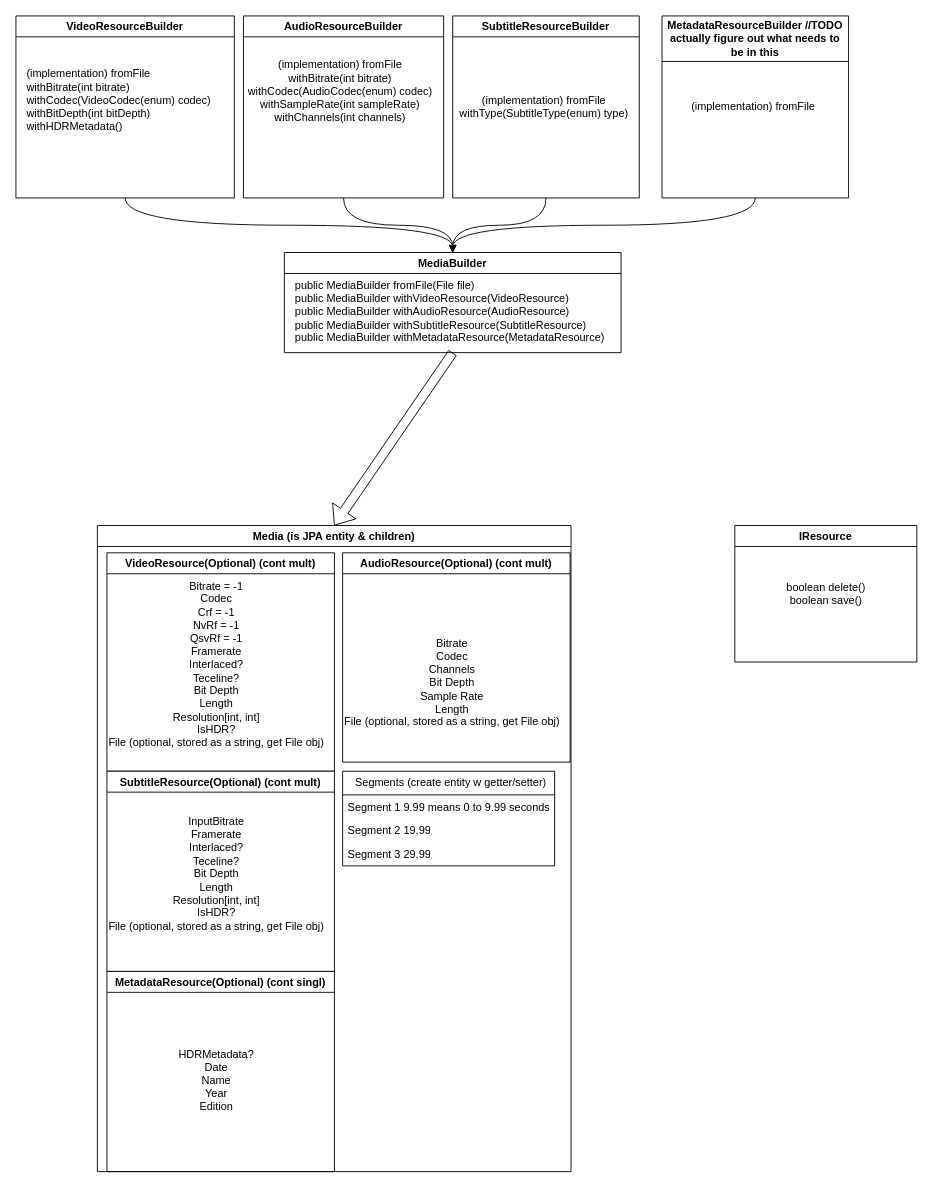
Before: docs/JPA_Object_Refactor.drawio in RandomPerson495721/jellyfin-library-manager, a draw.io diagram. Source tidied: cells renumbered, new cells numbered last; positions are measured from the earlier drawing's top-left corner, leaving out a move shared by most shapes. Both pictures are drawn from the tidied source at 91%, with x=0, y=0 at pixel (15, 15).
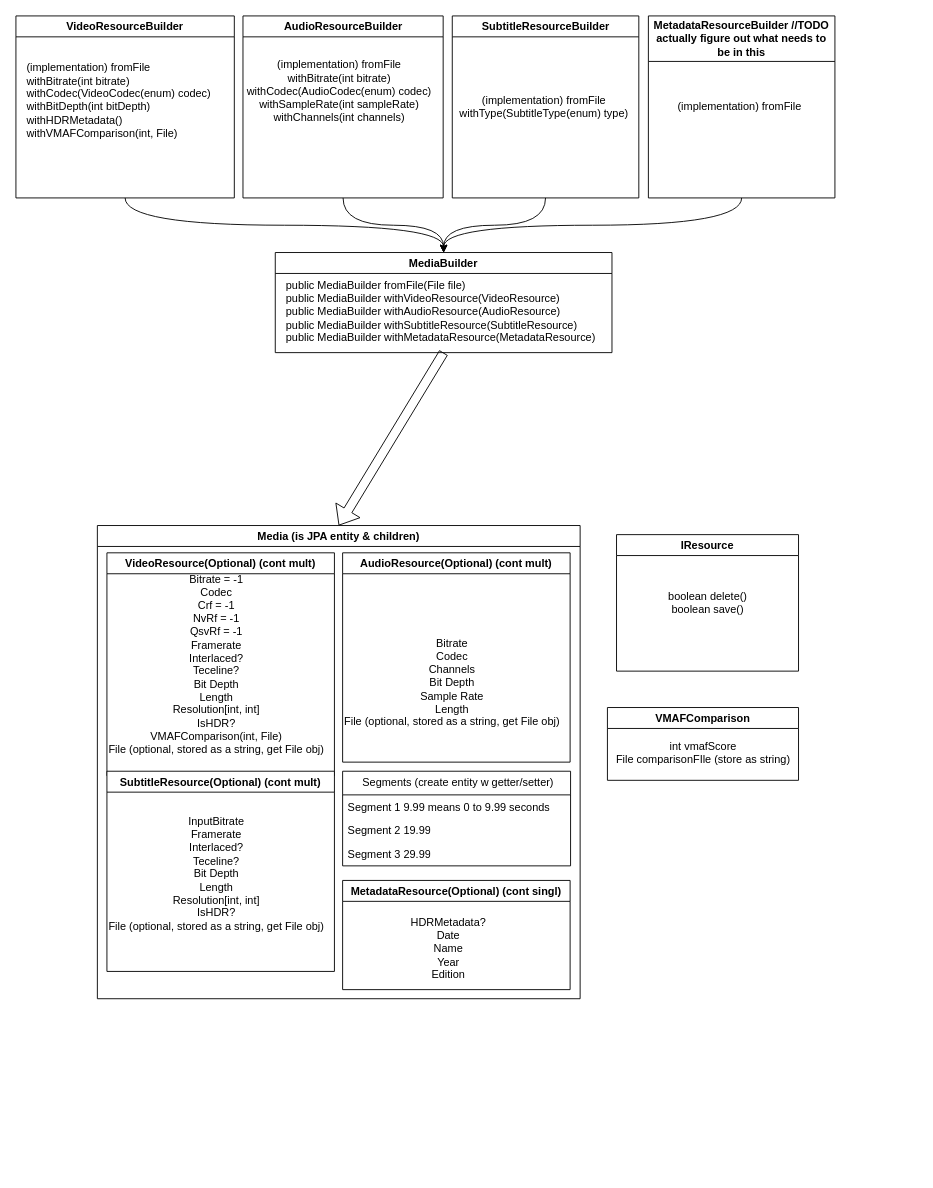
After the change.

The change refers to these unchanged cells:
```xml
<mxCell id="18" value="VideoResourceBuilder" style="swimlane;whiteSpace=wrap;html=1;" parent="1" vertex="1">
  <mxGeometry width="240" height="200" as="geometry" />
</mxCell>
```

What changed in the source:
```diff
@@
     <mxCell id="2" value="Media (is JPA entity &amp; children)" style="swimlane;perimeterSpacing=0;rounded=0;" parent="1" vertex="1">
-      <mxGeometry x="89.5" y="560" width="520.5" height="710" as="geometry" />
+      <mxGeometry x="89.5" y="560" width="530.5" height="520" as="geometry" />
     </mxCell>
     <mxCell id="3" value="VideoResource(Optional) (cont mult)" style="swimlane;" parent="2" vertex="1">
-      <mxGeometry x="10.5" y="30" width="250" height="240" as="geometry" />
+      <mxGeometry x="10.5" y="30" width="250" height="245" as="geometry" />
     </mxCell>
-    <mxCell id="4" value="&lt;div&gt;Bitrate = -1&lt;br&gt;&lt;/div&gt;&lt;div&gt;Codec&lt;/div&gt;&lt;div&gt;Crf = -1&lt;/div&gt;&lt;div&gt;NvRf = -1&lt;/div&gt;&lt;div&gt;QsvRf = -1&lt;br&gt;&lt;/div&gt;&lt;div&gt;Framerate&lt;/div&gt;&lt;div&gt;Interlaced?&lt;/div&gt;&lt;div&gt;Teceline?&lt;/div&gt;&lt;div&gt;Bit Depth&lt;/div&gt;&lt;div&gt;Length&lt;/div&gt;&lt;div&gt;Resolution[int, int]&lt;/div&gt;&lt;div&gt;IsHDR?&lt;/div&gt;&lt;div&gt;File (optional, stored as a string, get File obj)&lt;br&gt;&lt;/div&gt;&lt;div&gt;&lt;br&gt;&lt;/div&gt;" style="text;html=1;align=center;verticalAlign=middle;strokeColor=none;fillColor=none;" parent="3" vertex="1">
-      <mxGeometry x="-10" y="20" width="260" height="220" as="geometry" />
+    <mxCell id="4" value="&lt;div&gt;Bitrate = -1&lt;br&gt;&lt;/div&gt;&lt;div&gt;Codec&lt;/div&gt;&lt;div&gt;Crf = -1&lt;/div&gt;&lt;div&gt;NvRf = -1&lt;/div&gt;&lt;div&gt;QsvRf = -1&lt;br&gt;&lt;/div&gt;&lt;div&gt;Framerate&lt;/div&gt;&lt;div&gt;Interlaced?&lt;/div&gt;&lt;div&gt;Teceline?&lt;/div&gt;&lt;div&gt;Bit Depth&lt;/div&gt;&lt;div&gt;Length&lt;/div&gt;&lt;div&gt;Resolution[int, int]&lt;/div&gt;&lt;div&gt;IsHDR?&lt;/div&gt;&lt;div&gt;VMAFComparison(int, File)&lt;br&gt;&lt;/div&gt;&lt;div&gt;File (optional, stored as a string, get File obj)&lt;br&gt;&lt;/div&gt;&lt;div&gt;&lt;br&gt;&lt;/div&gt;" style="text;html=1;align=center;verticalAlign=middle;strokeColor=none;fillColor=none;" parent="3" vertex="1">
+      <mxGeometry x="-10" y="15" width="260" height="230" as="geometry" />
     </mxCell>
@@
     <mxCell id="9" value="&amp;nbsp;Segments (create entity w getter/setter)" style="swimlane;fontStyle=0;horizontal=1;startSize=26;fillColor=none;html=1;" parent="2" vertex="1">
-      <mxGeometry x="269.5" y="270" width="233" height="104" as="geometry" />
+      <mxGeometry x="269.5" y="270" width="250.5" height="104" as="geometry" />
     </mxCell>
     <mxCell id="10" value="Segment 1 9.99 means 0 to 9.99 seconds" style="text;strokeColor=none;fillColor=none;align=left;verticalAlign=top;spacingLeft=4;spacingRight=4;overflow=hidden;whiteSpace=wrap;html=1;" parent="9" vertex="1">
-      <mxGeometry y="26" width="233" height="26" as="geometry" />
+      <mxGeometry y="26" width="250.5" height="26" as="geometry" />
     </mxCell>
     <mxCell id="11" value="Segment 2 19.99" style="text;strokeColor=none;fillColor=none;align=left;verticalAlign=top;spacingLeft=4;spacingRight=4;overflow=hidden;whiteSpace=wrap;html=1;" parent="9" vertex="1">
-      <mxGeometry y="52" width="233" height="26" as="geometry" />
+      <mxGeometry y="52" width="250.5" height="26" as="geometry" />
     </mxCell>
     <mxCell id="12" value="&lt;div&gt;Segment 3 29.99&lt;/div&gt;" style="text;strokeColor=none;fillColor=none;align=left;verticalAlign=top;spacingLeft=4;spacingRight=4;overflow=hidden;whiteSpace=wrap;html=1;" parent="9" vertex="1">
-      <mxGeometry y="78" width="233" height="26" as="geometry" />
+      <mxGeometry y="78" width="250.5" height="26" as="geometry" />
     </mxCell>
     <mxCell id="13" value="MetadataResource(Optional) (cont singl)" style="swimlane;" parent="2" vertex="1">
-      <mxGeometry x="10.5" y="490" width="250" height="220" as="geometry" />
+      <mxGeometry x="269.5" y="390" width="250" height="120" as="geometry" />
     </mxCell>
     <mxCell id="14" value="&lt;div&gt;HDRMetadata?&lt;/div&gt;&lt;div&gt;Date&lt;/div&gt;&lt;div&gt;Name&lt;/div&gt;&lt;div&gt;Year&lt;/div&gt;&lt;div&gt;Edition&lt;br&gt;&lt;/div&gt;" style="text;html=1;align=center;verticalAlign=middle;strokeColor=none;fillColor=none;" parent="13" vertex="1">
-      <mxGeometry x="65" y="75" width="110" height="90" as="geometry" />
+      <mxGeometry x="61" y="30" width="110" height="90" as="geometry" />
     </mxCell>
     <mxCell id="15" value="MediaBuilder" style="swimlane;whiteSpace=wrap;html=1;" parent="1" vertex="1">
-      <mxGeometry x="295" y="260" width="370" height="110" as="geometry" />
+      <mxGeometry x="285" y="260" width="370" height="110" as="geometry" />
     </mxCell>
@@
-    <mxCell id="19" value="&lt;div align=&quot;left&quot;&gt;(implementation) fromFile&lt;/div&gt;&lt;div align=&quot;left&quot;&gt;withBitrate(int bitrate)&lt;/div&gt;&lt;div align=&quot;left&quot;&gt;withCodec(VideoCodec(enum) codec)&lt;/div&gt;&lt;div align=&quot;left&quot;&gt;withBitDepth(int bitDepth)&lt;/div&gt;&lt;div align=&quot;left&quot;&gt;withHDRMetadata()&lt;br&gt;&lt;/div&gt;&lt;div align=&quot;left&quot;&gt;&lt;br&gt;&lt;/div&gt;" style="text;html=1;align=left;verticalAlign=middle;strokeColor=none;fillColor=none;" parent="18" vertex="1">
-      <mxGeometry x="10" y="50" width="230" height="100" as="geometry" />
+    <mxCell id="19" value="&lt;div align=&quot;left&quot;&gt;(implementation) fromFile&lt;/div&gt;&lt;div align=&quot;left&quot;&gt;withBitrate(int bitrate)&lt;/div&gt;&lt;div align=&quot;left&quot;&gt;withCodec(VideoCodec(enum) codec)&lt;/div&gt;&lt;div align=&quot;left&quot;&gt;withBitDepth(int bitDepth)&lt;/div&gt;&lt;div align=&quot;left&quot;&gt;withHDRMetadata()&lt;/div&gt;&lt;div align=&quot;left&quot;&gt;withVMAFComparison(int, File)&lt;br&gt;&lt;/div&gt;&lt;div align=&quot;left&quot;&gt;&lt;br&gt;&lt;/div&gt;" style="text;html=1;align=left;verticalAlign=middle;strokeColor=none;fillColor=none;" parent="18" vertex="1">
+      <mxGeometry x="10" y="45" width="230" height="110" as="geometry" />
     </mxCell>
@@
     <mxCell id="21" value="AudioResourceBuilder" style="swimlane;whiteSpace=wrap;html=1;" parent="1" vertex="1">
-      <mxGeometry x="250" width="220" height="200" as="geometry" />
+      <mxGeometry x="249.5" width="220" height="200" as="geometry" />
     </mxCell>
@@
     <mxCell id="24" value="SubtitleResourceBuilder" style="swimlane;whiteSpace=wrap;html=1;" parent="1" vertex="1">
-      <mxGeometry x="480" width="205" height="200" as="geometry" />
+      <mxGeometry x="479.5" width="205" height="200" as="geometry" />
     </mxCell>
@@
     <mxCell id="28" value="&lt;div&gt;MetadataResourceBuilder //TODO&lt;/div&gt;&lt;div&gt;actually figure out what needs to &lt;br&gt;&lt;/div&gt;&lt;div&gt;be in this&lt;/div&gt;" style="swimlane;whiteSpace=wrap;html=1;startSize=50;" parent="1" vertex="1">
-      <mxGeometry x="710" width="205" height="200" as="geometry" />
+      <mxGeometry x="695" width="205" height="200" as="geometry" />
     </mxCell>
@@
     <mxCell id="30" value="IResource" style="swimlane;whiteSpace=wrap;html=1;" parent="1" vertex="1">
-      <mxGeometry x="790" y="560" width="200" height="150" as="geometry" />
+      <mxGeometry x="660" y="570" width="200" height="150" as="geometry" />
     </mxCell>
@@
+    <mxCell id="32" value="&lt;div&gt;VMAFComparison&lt;/div&gt;" style="swimlane;whiteSpace=wrap;html=1;" parent="1" vertex="1">
+      <mxGeometry x="650" y="760" width="210" height="80" as="geometry" />
+    </mxCell>
+    <mxCell id="33" value="&lt;div&gt;int vmafScore&lt;/div&gt;&lt;div&gt;File comparisonFIle (store as string)&lt;br&gt;&lt;/div&gt;" style="text;html=1;align=center;verticalAlign=middle;strokeColor=none;fillColor=none;" parent="32" vertex="1">
+      <mxGeometry y="30" width="210" height="40" as="geometry" />
+    </mxCell>
```
